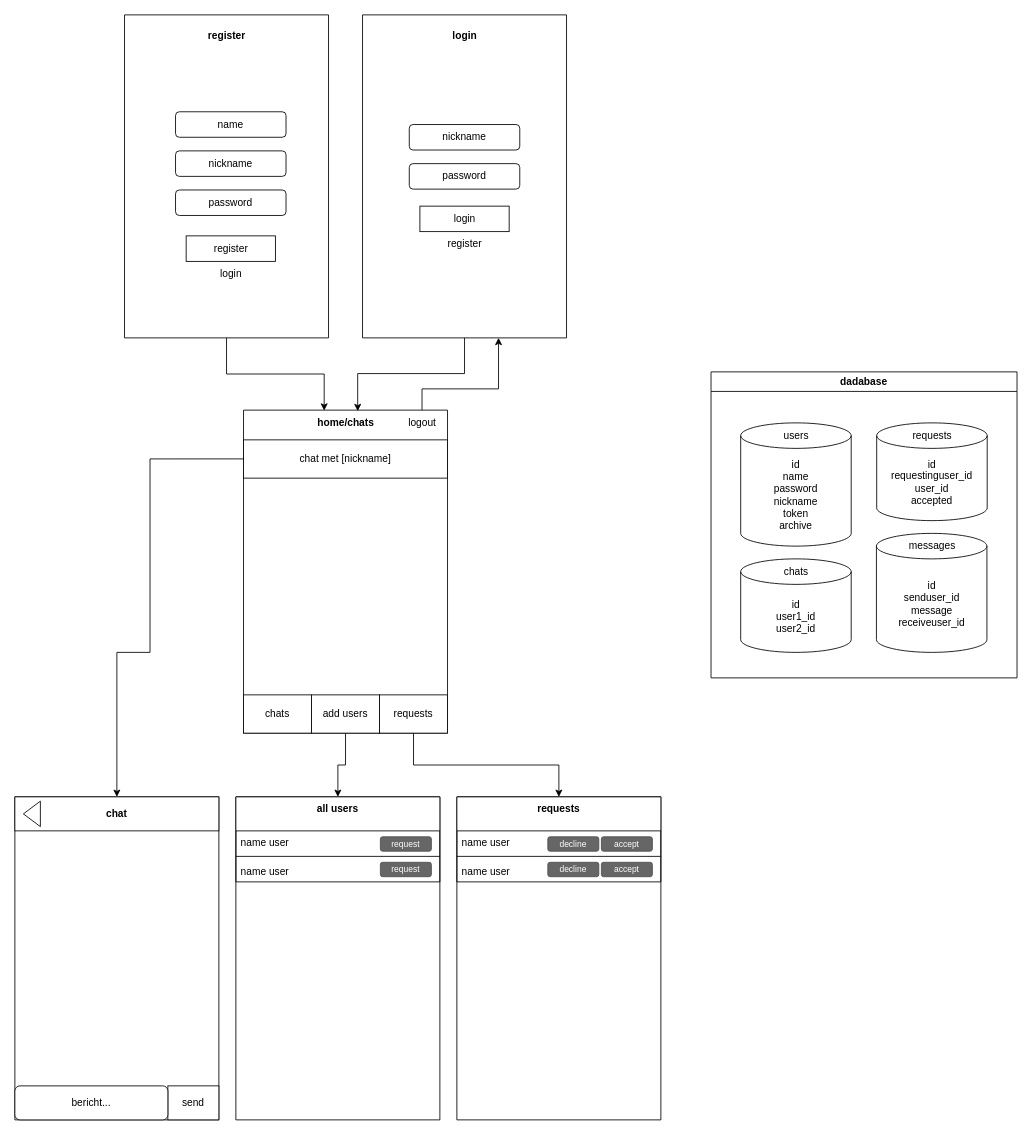
Earlier version of the draw.io diagram draw.io/pushapp_design.drawio (Robin-qwerty/PushR). Source tidied: cells renumbered, new cells numbered last; positions are measured from the earlier drawing's top-left corner, leaving out a move shared by most shapes. Both pictures are drawn from the tidied source at 85%, with x=0, y=0 at pixel (14, 14).
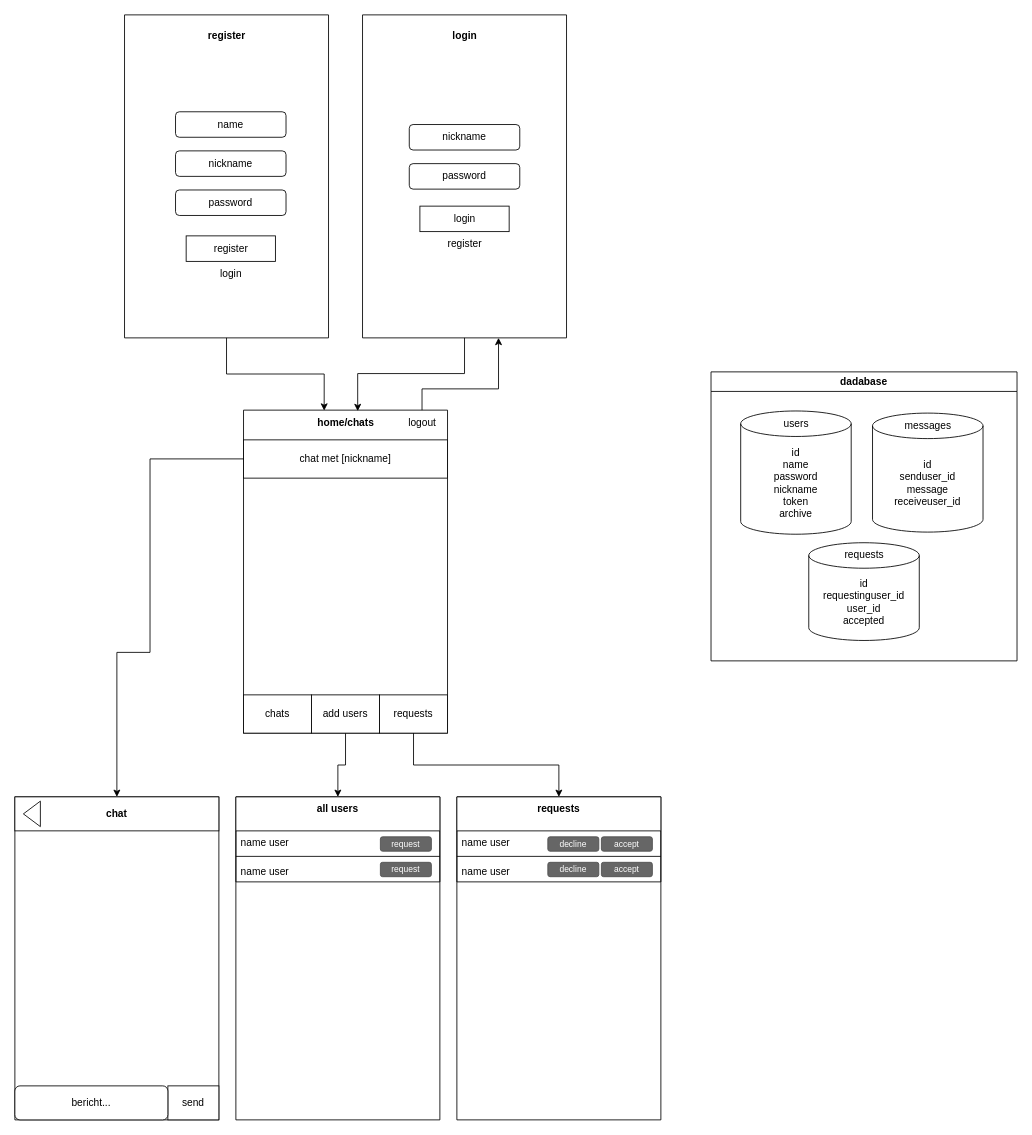
The same diagram, later.

Diff of the diagram source:
```diff
@@
     <mxCell id="49" value="dadabase" style="swimlane;whiteSpace=wrap;html=1;" parent="1" vertex="1">
-      <mxGeometry x="819" y="420" width="360" height="360" as="geometry" />
+      <mxGeometry x="819" y="420" width="360" height="340" as="geometry" />
     </mxCell>
-    <mxCell id="50" value="id&lt;br&gt;name&lt;br&gt;password&lt;br&gt;nickname&lt;br&gt;token&lt;br&gt;archive" style="shape=cylinder3;whiteSpace=wrap;html=1;boundedLbl=1;backgroundOutline=1;size=15;" parent="49" vertex="1">
-      <mxGeometry x="34.9" y="60" width="130" height="145" as="geometry" />
+    <mxCell id="50" value="id&lt;br&gt;name&lt;br&gt;password&lt;br&gt;nickname&lt;br&gt;token&lt;br&gt;archive" style="shape=cylinder3;whiteSpace=wrap;html=1;boundedLbl=1;backgroundOutline=1;size=15;" parent="1" vertex="1">
+      <mxGeometry x="853.9" y="466" width="130" height="145" as="geometry" />
     </mxCell>
-    <mxCell id="51" value="users" style="text;html=1;align=center;verticalAlign=middle;strokeColor=none;fillColor=none;" parent="49" vertex="1">
-      <mxGeometry x="74.9" y="60" width="50" height="30" as="geometry" />
+    <mxCell id="51" value="users" style="text;html=1;align=center;verticalAlign=middle;strokeColor=none;fillColor=none;" parent="1" vertex="1">
+      <mxGeometry x="893.9" y="466" width="50" height="30" as="geometry" />
     </mxCell>
-    <mxCell id="52" value="id&lt;br&gt;requestinguser_id&lt;br&gt;user_id&lt;br&gt;accepted" style="shape=cylinder3;whiteSpace=wrap;html=1;boundedLbl=1;backgroundOutline=1;size=15;" parent="49" vertex="1">
-      <mxGeometry x="194.9" y="60" width="130" height="115" as="geometry" />
+    <mxCell id="52" value="id&lt;br&gt;requestinguser_id&lt;br&gt;user_id&lt;br&gt;accepted" style="shape=cylinder3;whiteSpace=wrap;html=1;boundedLbl=1;backgroundOutline=1;size=15;" parent="1" vertex="1">
+      <mxGeometry x="934" y="621" width="130" height="115" as="geometry" />
     </mxCell>
-    <mxCell id="53" value="requests" style="text;html=1;align=center;verticalAlign=middle;strokeColor=none;fillColor=none;" parent="49" vertex="1">
-      <mxGeometry x="224.9" y="60" width="70" height="30" as="geometry" />
+    <mxCell id="53" value="requests" style="text;html=1;align=center;verticalAlign=middle;strokeColor=none;fillColor=none;" parent="1" vertex="1">
+      <mxGeometry x="964" y="621" width="70" height="30" as="geometry" />
     </mxCell>
-    <mxCell id="54" value="id&lt;br&gt;user1_id&lt;br&gt;user2_id" style="shape=cylinder3;whiteSpace=wrap;html=1;boundedLbl=1;backgroundOutline=1;size=15;" parent="49" vertex="1">
-      <mxGeometry x="34.9" y="220" width="130" height="110" as="geometry" />
-    </mxCell>
-    <mxCell id="55" value="chats" style="text;html=1;align=center;verticalAlign=middle;strokeColor=none;fillColor=none;" parent="49" vertex="1">
-      <mxGeometry x="74.9" y="220" width="50" height="30" as="geometry" />
-    </mxCell>
-    <mxCell id="56" style="edgeStyle=orthogonalEdgeStyle;rounded=0;jettySize=auto;html=1;exitX=1;exitY=0;exitDx=0;exitDy=15;exitPerimeter=0;" parent="49" edge="1" source="57">
-      <mxGeometry relative="1" as="geometry">
-        <mxPoint x="324.7" y="205.1" as="targetPoint" />
-      </mxGeometry>
-    </mxCell>
-    <mxCell id="57" value="id&lt;br&gt;senduser_id&lt;br&gt;message&lt;br&gt;receiveuser_id" style="shape=cylinder3;whiteSpace=wrap;html=1;boundedLbl=1;backgroundOutline=1;size=15;" parent="49" vertex="1">
-      <mxGeometry x="194.6" y="190" width="130" height="140" as="geometry" />
+    <mxCell id="57" value="id&lt;br&gt;senduser_id&lt;br&gt;message&lt;br&gt;receiveuser_id" style="shape=cylinder3;whiteSpace=wrap;html=1;boundedLbl=1;backgroundOutline=1;size=15;" parent="1" vertex="1">
+      <mxGeometry x="1009" y="468.5" width="130" height="140" as="geometry" />
     </mxCell>
-    <mxCell id="58" value="messages" style="text;html=1;align=center;verticalAlign=middle;strokeColor=none;fillColor=none;" parent="49" vertex="1">
-      <mxGeometry x="219.6" y="190" width="80" height="30" as="geometry" />
+    <mxCell id="58" value="messages" style="text;html=1;align=center;verticalAlign=middle;strokeColor=none;fillColor=none;" parent="1" vertex="1">
+      <mxGeometry x="1034" y="468.5" width="80" height="30" as="geometry" />
     </mxCell>
```
